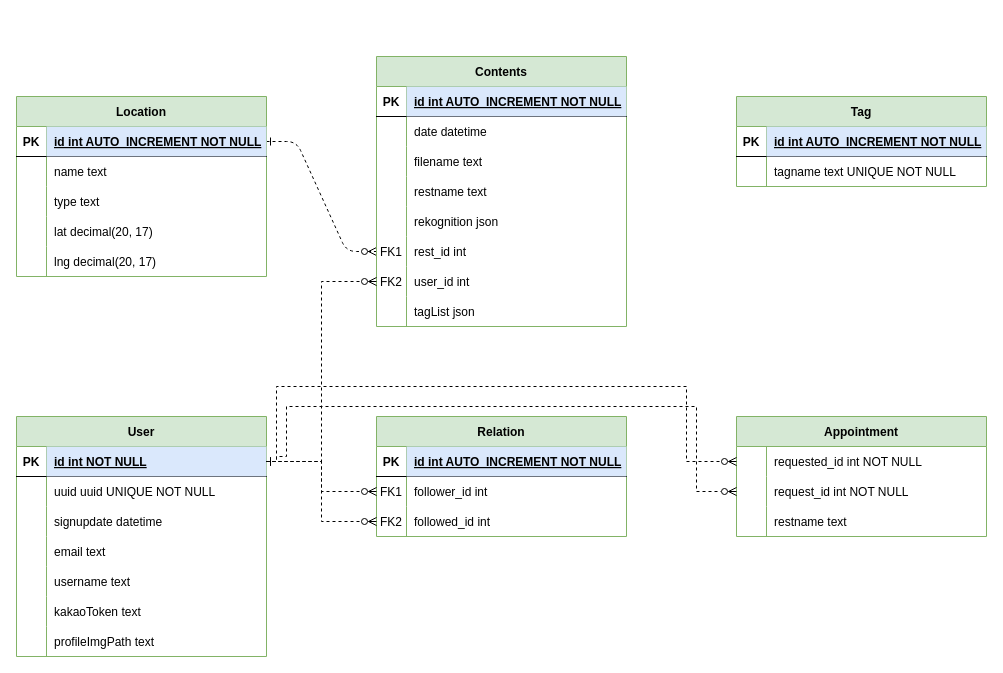
The draw.io diagram Entity Relation Diagram.drawio in flavor-us/backend, before the edit. Source tidied: cells renumbered, new cells numbered last; positions are measured from the earlier drawing's top-left corner, leaving out a move shared by most shapes. Both pictures are drawn from the tidied source at 100%, with x=0, y=0 at pixel (16, 56).
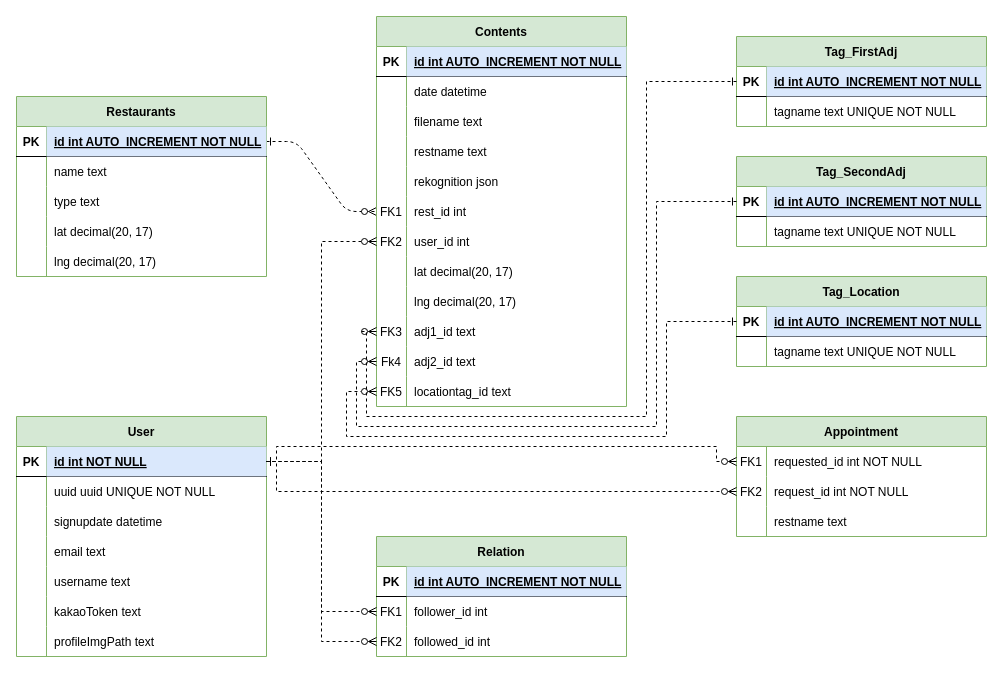
The same diagram, later.

The change refers to these unchanged cells:
```xml
<mxCell id="20" style="shape=partialRectangle;fillColor=none;points=[[0,0.5],[1,0.5]];portConstraint=eastwest;top=0;left=0;right=0;bottom=1;" parent="19" vertex="1">
  <mxGeometry y="30" width="250" height="30" as="geometry" />
</mxCell>
<mxCell id="48" style="shape=partialRectangle;fillColor=none;top=0;left=0;right=0;bottom=0;" parent="26" vertex="1">
  <mxGeometry y="240" width="250" height="30" as="geometry" />
</mxCell>
<mxCell id="52" style="shape=partialRectangle;fillColor=none;top=0;left=0;bottom=1;right=0;points=[[0,0.5],[1,0.5]];portConstraint=eastwest;" parent="51" vertex="1">
  <mxGeometry y="30" width="250" height="30" as="geometry" />
</mxCell>
<mxCell id="87" style="shape=partialRectangle;fillColor=none;top=0;left=0;bottom=0;right=0;points=[[0,0.5],[1,0.5]];portConstraint=eastwest;" parent="86" vertex="1">
  <mxGeometry y="30" width="250" height="30" as="geometry" />
</mxCell>
<mxCell id="90" style="shape=partialRectangle;fillColor=none;top=0;left=0;bottom=0;right=0;points=[[0,0.5],[1,0.5]];portConstraint=eastwest;" parent="86" vertex="1">
  <mxGeometry y="60" width="250" height="30" as="geometry" />
</mxCell>
```

Diff of the diagram source:
```diff
@@
-    <mxCell id="3" value="Location" style="shape=table;startSize=30;childLayout=tableLayout;rowLines=0;fontStyle=1;align=center;labelBackgroundColor=none;fillColor=#d5e8d4;strokeColor=#82b366;" parent="1" vertex="1">
+    <mxCell id="3" value="Restaurants" style="shape=table;startSize=30;childLayout=tableLayout;rowLines=0;fontStyle=1;align=center;labelBackgroundColor=none;fillColor=#d5e8d4;strokeColor=#82b366;" parent="1" vertex="1">
       <mxGeometry y="40" width="250" height="180" as="geometry" />
     </mxCell>
@@
-    <mxCell id="19" value="Tag" style="shape=table;startSize=30;childLayout=tableLayout;rowLines=0;fontStyle=1;align=center;fillColor=#d5e8d4;strokeColor=#82b366;" parent="1" vertex="1">
-      <mxGeometry x="720" y="40" width="250" height="90" as="geometry" />
+    <mxCell id="19" value="Tag_FirstAdj" style="shape=table;startSize=30;childLayout=tableLayout;rowLines=0;fontStyle=1;align=center;fillColor=#d5e8d4;strokeColor=#82b366;" parent="1" vertex="1">
+      <mxGeometry x="720" y="-20" width="250" height="90" as="geometry" />
     </mxCell>
@@
     <mxCell id="26" value="Contents" style="shape=table;startSize=30;childLayout=tableLayout;rowLines=0;fontStyle=1;align=center;fillColor=#d5e8d4;strokeColor=#82b366;" parent="1" vertex="1">
-      <mxGeometry x="360" width="250" height="270" as="geometry" />
+      <mxGeometry x="360" y="-40" width="250" height="390" as="geometry" />
     </mxCell>
@@
-    <mxCell id="49" style="shape=partialRectangle;overflow=hidden;fillColor=none;top=0;left=0;bottom=0;right=0;" parent="48" vertex="1">
-      <mxGeometry width="30" height="30" as="geometry" />
-    </mxCell>
-    <mxCell id="50" value="tagList json" style="shape=partialRectangle;overflow=hidden;fillColor=none;top=0;left=0;bottom=0;right=0;align=left;spacingLeft=6;" parent="48" vertex="1">
-      <mxGeometry x="30" width="220" height="30" as="geometry" />
-    </mxCell>
+    <mxCell id="98" style="shape=partialRectangle;overflow=hidden;fillColor=none;top=0;left=0;bottom=0;right=0;" parent="48" vertex="1">
+      <mxGeometry width="30" height="30" as="geometry" />
+    </mxCell>
+    <mxCell id="99" value="lat decimal(20, 17)" style="shape=partialRectangle;overflow=hidden;fillColor=none;top=0;left=0;bottom=0;right=0;align=left;spacingLeft=6;" parent="48" vertex="1">
+      <mxGeometry x="30" width="220" height="30" as="geometry" />
+    </mxCell>
+    <mxCell id="100" style="shape=partialRectangle;fillColor=none;top=0;left=0;right=0;bottom=0;" parent="26" vertex="1">
+      <mxGeometry y="270" width="250" height="30" as="geometry" />
+    </mxCell>
+    <mxCell id="101" style="shape=partialRectangle;overflow=hidden;fillColor=none;top=0;left=0;bottom=0;right=0;" parent="100" vertex="1">
+      <mxGeometry width="30" height="30" as="geometry" />
+    </mxCell>
+    <mxCell id="102" value="lng decimal(20, 17)" style="shape=partialRectangle;overflow=hidden;fillColor=none;top=0;left=0;bottom=0;right=0;align=left;spacingLeft=6;" parent="100" vertex="1">
+      <mxGeometry x="30" width="220" height="30" as="geometry" />
+    </mxCell>
+    <mxCell id="103" style="shape=partialRectangle;fillColor=none;points=[[0,0.5],[1,0.5]];portConstraint=eastwest;top=0;left=0;right=0;bottom=0;" parent="26" vertex="1">
+      <mxGeometry y="300" width="250" height="30" as="geometry" />
+    </mxCell>
+    <mxCell id="104" value="FK3" style="shape=partialRectangle;overflow=hidden;fillColor=none;top=0;left=0;bottom=0;right=0;" parent="103" vertex="1">
+      <mxGeometry width="30" height="30" as="geometry" />
+    </mxCell>
+    <mxCell id="105" value="adj1_id text" style="shape=partialRectangle;overflow=hidden;fillColor=none;top=0;left=0;bottom=0;right=0;align=left;spacingLeft=6;" parent="103" vertex="1">
+      <mxGeometry x="30" width="220" height="30" as="geometry" />
+    </mxCell>
+    <mxCell id="106" style="shape=partialRectangle;fillColor=none;points=[[0,0.5],[1,0.5]];portConstraint=eastwest;top=0;left=0;right=0;bottom=0;" parent="26" vertex="1">
+      <mxGeometry y="330" width="250" height="30" as="geometry" />
+    </mxCell>
+    <mxCell id="107" value="Fk4" style="shape=partialRectangle;overflow=hidden;fillColor=none;top=0;left=0;bottom=0;right=0;" parent="106" vertex="1">
+      <mxGeometry width="30" height="30" as="geometry" />
+    </mxCell>
+    <mxCell id="108" value="adj2_id text" style="shape=partialRectangle;overflow=hidden;fillColor=none;top=0;left=0;bottom=0;right=0;align=left;spacingLeft=6;" parent="106" vertex="1">
+      <mxGeometry x="30" width="220" height="30" as="geometry" />
+    </mxCell>
+    <mxCell id="109" style="shape=partialRectangle;fillColor=none;points=[[0,0.5],[1,0.5]];portConstraint=eastwest;top=0;left=0;right=0;bottom=0;" parent="26" vertex="1">
+      <mxGeometry y="360" width="250" height="30" as="geometry" />
+    </mxCell>
+    <mxCell id="110" value="FK5" style="shape=partialRectangle;overflow=hidden;fillColor=none;top=0;left=0;bottom=0;right=0;" parent="109" vertex="1">
+      <mxGeometry width="30" height="30" as="geometry" />
+    </mxCell>
+    <mxCell id="111" value="locationtag_id text" style="shape=partialRectangle;overflow=hidden;fillColor=none;top=0;left=0;bottom=0;right=0;align=left;spacingLeft=6;" parent="109" vertex="1">
+      <mxGeometry x="30" width="220" height="30" as="geometry" />
+    </mxCell>
@@
     <mxCell id="73" value="Relation" style="shape=table;startSize=30;childLayout=tableLayout;rowLines=0;fontStyle=1;align=center;fillColor=#d5e8d4;strokeColor=#82b366;" parent="1" vertex="1">
-      <mxGeometry x="360" y="360" width="250" height="120" as="geometry" />
+      <mxGeometry x="360" y="480" width="250" height="120" as="geometry" />
     </mxCell>
@@
-    <mxCell id="88" style="shape=partialRectangle;fillColor=none;top=0;left=0;bottom=0;right=0;overflow=hidden;" parent="87" vertex="1">
+    <mxCell id="88" value="FK1" style="shape=partialRectangle;fillColor=none;top=0;left=0;bottom=0;right=0;overflow=hidden;" parent="87" vertex="1">
       <mxGeometry width="30" height="30" as="geometry" />
     </mxCell>
@@
-    <mxCell id="91" style="shape=partialRectangle;fillColor=none;top=0;left=0;bottom=0;right=0;overflow=hidden;" parent="90" vertex="1">
+    <mxCell id="91" value="FK2" style="shape=partialRectangle;fillColor=none;top=0;left=0;bottom=0;right=0;overflow=hidden;" parent="90" vertex="1">
       <mxGeometry width="30" height="30" as="geometry" />
     </mxCell>
@@
     <mxCell id="96" style="edgeStyle=orthogonalEdgeStyle;rounded=0;jettySize=auto;html=1;exitX=1;exitY=0.5;exitDx=0;exitDy=0;entryX=0;entryY=0.5;entryDx=0;entryDy=0;endArrow=ERzeroToMany;endFill=0;startArrow=ERone;startFill=0;dashed=1;" parent="1" edge="1" source="52" target="87">
       <mxGeometry relative="1" as="geometry">
         <Array as="points">
           <mxPoint x="260" y="405" />
-          <mxPoint x="260" y="330" />
-          <mxPoint x="670" y="330" />
-          <mxPoint x="670" y="405" />
+          <mxPoint x="260" y="390" />
+          <mxPoint x="700" y="390" />
+          <mxPoint x="700" y="405" />
         </Array>
       </mxGeometry>
     </mxCell>
     <mxCell id="97" style="edgeStyle=orthogonalEdgeStyle;rounded=0;jettySize=auto;html=1;exitX=1;exitY=0.5;exitDx=0;exitDy=0;entryX=0;entryY=0.5;entryDx=0;entryDy=0;endArrow=ERzeroToMany;endFill=0;startArrow=ERone;startFill=0;dashed=1;" parent="1" edge="1" source="52" target="90">
       <mxGeometry relative="1" as="geometry">
         <Array as="points">
           <mxPoint x="260" y="405" />
-          <mxPoint x="260" y="400" />
-          <mxPoint x="270" y="400" />
-          <mxPoint x="270" y="350" />
-          <mxPoint x="680" y="350" />
-          <mxPoint x="680" y="435" />
+          <mxPoint x="260" y="435" />
         </Array>
       </mxGeometry>
     </mxCell>
+    <mxCell id="112" value="Tag_SecondAdj" style="shape=table;startSize=30;childLayout=tableLayout;rowLines=0;fontStyle=1;align=center;fillColor=#d5e8d4;strokeColor=#82b366;" parent="1" vertex="1">
+      <mxGeometry x="720" y="100" width="250" height="90" as="geometry" />
+    </mxCell>
+    <mxCell id="113" style="shape=partialRectangle;fillColor=none;points=[[0,0.5],[1,0.5]];portConstraint=eastwest;top=0;left=0;right=0;bottom=1;" parent="112" vertex="1">
+      <mxGeometry y="30" width="250" height="30" as="geometry" />
+    </mxCell>
+    <mxCell id="114" value="PK" style="shape=partialRectangle;overflow=hidden;fillColor=none;top=0;left=0;bottom=0;right=0;fontStyle=1;" parent="113" vertex="1">
+      <mxGeometry width="30" height="30" as="geometry" />
+    </mxCell>
+    <mxCell id="115" value="id int AUTO_INCREMENT NOT NULL" style="shape=partialRectangle;overflow=hidden;fillColor=#dae8fc;top=0;left=0;bottom=0;right=0;align=left;spacingLeft=6;fontStyle=5;strokeColor=#6c8ebf;" parent="113" vertex="1">
+      <mxGeometry x="30" width="220" height="30" as="geometry" />
+    </mxCell>
+    <mxCell id="116" style="shape=partialRectangle;fillColor=none;top=0;left=0;right=0;bottom=0;" parent="112" vertex="1">
+      <mxGeometry y="60" width="250" height="30" as="geometry" />
+    </mxCell>
+    <mxCell id="117" style="shape=partialRectangle;overflow=hidden;fillColor=none;top=0;left=0;bottom=0;right=0;" parent="116" vertex="1">
+      <mxGeometry width="30" height="30" as="geometry" />
+    </mxCell>
+    <mxCell id="118" value="tagname text UNIQUE NOT NULL" style="shape=partialRectangle;overflow=hidden;fillColor=none;top=0;left=0;bottom=0;right=0;align=left;spacingLeft=6;" parent="116" vertex="1">
+      <mxGeometry x="30" width="220" height="30" as="geometry" />
+    </mxCell>
+    <mxCell id="119" value="Tag_Location" style="shape=table;startSize=30;childLayout=tableLayout;rowLines=0;fontStyle=1;align=center;fillColor=#d5e8d4;strokeColor=#82b366;" parent="1" vertex="1">
+      <mxGeometry x="720" y="220" width="250" height="90" as="geometry" />
+    </mxCell>
+    <mxCell id="120" style="shape=partialRectangle;fillColor=none;points=[[0,0.5],[1,0.5]];portConstraint=eastwest;top=0;left=0;right=0;bottom=1;" parent="119" vertex="1">
+      <mxGeometry y="30" width="250" height="30" as="geometry" />
+    </mxCell>
+    <mxCell id="121" value="PK" style="shape=partialRectangle;overflow=hidden;fillColor=none;top=0;left=0;bottom=0;right=0;fontStyle=1;" parent="120" vertex="1">
+      <mxGeometry width="30" height="30" as="geometry" />
+    </mxCell>
+    <mxCell id="122" value="id int AUTO_INCREMENT NOT NULL" style="shape=partialRectangle;overflow=hidden;fillColor=#dae8fc;top=0;left=0;bottom=0;right=0;align=left;spacingLeft=6;fontStyle=5;strokeColor=#6c8ebf;" parent="120" vertex="1">
+      <mxGeometry x="30" width="220" height="30" as="geometry" />
+    </mxCell>
+    <mxCell id="123" style="shape=partialRectangle;fillColor=none;top=0;left=0;right=0;bottom=0;" parent="119" vertex="1">
+      <mxGeometry y="60" width="250" height="30" as="geometry" />
+    </mxCell>
+    <mxCell id="124" style="shape=partialRectangle;overflow=hidden;fillColor=none;top=0;left=0;bottom=0;right=0;" parent="123" vertex="1">
+      <mxGeometry width="30" height="30" as="geometry" />
+    </mxCell>
+    <mxCell id="125" value="tagname text UNIQUE NOT NULL" style="shape=partialRectangle;overflow=hidden;fillColor=none;top=0;left=0;bottom=0;right=0;align=left;spacingLeft=6;" parent="123" vertex="1">
+      <mxGeometry x="30" width="220" height="30" as="geometry" />
+    </mxCell>
+    <mxCell id="126" style="edgeStyle=orthogonalEdgeStyle;rounded=0;jettySize=auto;html=1;exitX=0;exitY=0.5;exitDx=0;exitDy=0;entryX=0;entryY=0.5;entryDx=0;entryDy=0;endArrow=ERzeroToMany;endFill=0;startArrow=ERone;startFill=0;dashed=1;" parent="1" edge="1" source="20" target="103">
+      <mxGeometry relative="1" as="geometry">
+        <Array as="points">
+          <mxPoint x="630" y="25" />
+          <mxPoint x="630" y="360" />
+          <mxPoint x="350" y="360" />
+          <mxPoint x="350" y="275" />
+        </Array>
+      </mxGeometry>
+    </mxCell>
+    <mxCell id="127" style="edgeStyle=orthogonalEdgeStyle;rounded=0;jettySize=auto;html=1;entryX=0;entryY=0.5;entryDx=0;entryDy=0;endArrow=ERzeroToMany;endFill=0;startArrow=ERone;startFill=0;dashed=1;exitX=0;exitY=0.5;exitDx=0;exitDy=0;" parent="1" edge="1" source="113" target="106">
+      <mxGeometry relative="1" as="geometry">
+        <Array as="points">
+          <mxPoint x="640" y="145" />
+          <mxPoint x="640" y="370" />
+          <mxPoint x="340" y="370" />
+          <mxPoint x="340" y="305" />
+        </Array>
+      </mxGeometry>
+    </mxCell>
+    <mxCell id="128" style="edgeStyle=orthogonalEdgeStyle;rounded=0;jettySize=auto;html=1;exitX=0;exitY=0.5;exitDx=0;exitDy=0;entryX=0;entryY=0.5;entryDx=0;entryDy=0;endArrow=ERzeroToMany;endFill=0;startArrow=ERone;startFill=0;dashed=1;" parent="1" edge="1" source="120" target="109">
+      <mxGeometry relative="1" as="geometry">
+        <Array as="points">
+          <mxPoint x="650" y="265" />
+          <mxPoint x="650" y="380" />
+          <mxPoint x="330" y="380" />
+          <mxPoint x="330" y="335" />
+        </Array>
+      </mxGeometry>
+    </mxCell>
```
